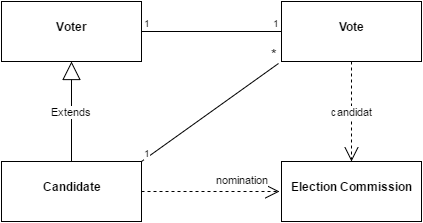
Earlier version of the draw.io export classes.png (Murashko-Denis/System-of-vote). Source tidied: cells renumbered, new cells last; positions are measured from the earlier drawing's top-left corner, leaving out a move shared by most shapes.
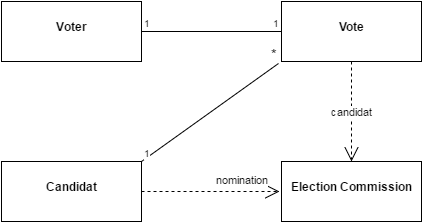
After the commit.

Change to the diagram source:
```diff
@@ -5,7 +5,7 @@
     <mxCell id="2" value="&lt;p style=&quot;margin: 0px ; margin-top: 4px ; text-align: center&quot;&gt;&lt;br&gt;&lt;b&gt;Voter&lt;/b&gt;&lt;/p&gt;" style="verticalAlign=top;align=left;overflow=fill;fontSize=12;fontFamily=Helvetica;html=1;" parent="1" vertex="1">
       <mxGeometry width="140" height="60" as="geometry" />
     </mxCell>
-    <mxCell id="3" value="&lt;p style=&quot;margin: 0px ; margin-top: 4px ; text-align: center&quot;&gt;&lt;br&gt;&lt;b&gt;Candidatе&lt;/b&gt;&lt;/p&gt;" style="verticalAlign=top;align=left;overflow=fill;fontSize=12;fontFamily=Helvetica;html=1;" parent="1" vertex="1">
+    <mxCell id="3" value="&lt;p style=&quot;margin: 0px ; margin-top: 4px ; text-align: center&quot;&gt;&lt;br&gt;&lt;b&gt;Candidat&lt;/b&gt;&lt;/p&gt;" style="verticalAlign=top;align=left;overflow=fill;fontSize=12;fontFamily=Helvetica;html=1;" parent="1" vertex="1">
       <mxGeometry y="160" width="140" height="60" as="geometry" />
     </mxCell>
     <mxCell id="4" value="&lt;p style=&quot;margin: 0px ; margin-top: 4px ; text-align: center&quot;&gt;&lt;b&gt;&lt;br&gt;&lt;span&gt;Election Commission&lt;/span&gt;&lt;/b&gt;&lt;br&gt;&lt;/p&gt;" style="verticalAlign=top;align=left;overflow=fill;fontSize=12;fontFamily=Helvetica;html=1;" parent="1" vertex="1">
@@ -34,9 +34,6 @@
     <mxCell id="10" value="candidat" style="endArrow=open;endSize=12;dashed=1;html=1;exitX=0.5;exitY=1;entryX=0.5;entryY=0;" parent="1" edge="1" source="6" target="4">
       <mxGeometry relative="1" as="geometry" />
     </mxCell>
-    <mxCell id="11" value="Extends" style="endArrow=block;endSize=16;endFill=0;html=1;exitX=0.5;exitY=0;" parent="1" edge="1" source="3" target="2">
-      <mxGeometry relative="1" as="geometry" />
-    </mxCell>
     <mxCell id="12" style="endArrow=none;html=1;entryX=-0.021;entryY=1.033;entryPerimeter=0;" parent="1" edge="1" target="6">
       <mxGeometry relative="1" as="geometry">
         <mxPoint x="140" y="160" as="sourcePoint" />
```
